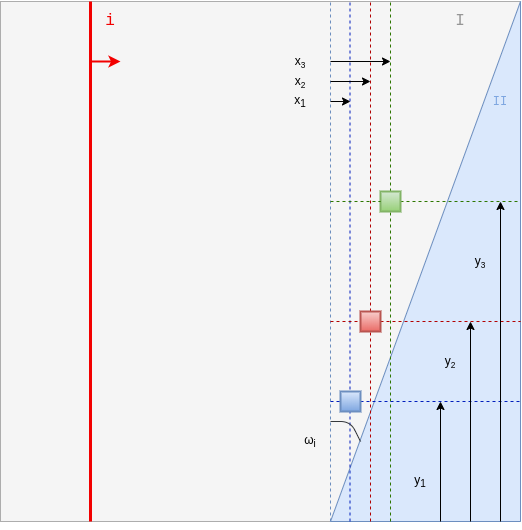
Earlier version of the draw.io export reports/May29/expansion_fan_initial.png (mathildtrh/sw_detonation). Source tidied: cells renumbered, new cells last; positions are measured from the earlier drawing's top-left corner, leaving out a move shared by most shapes.
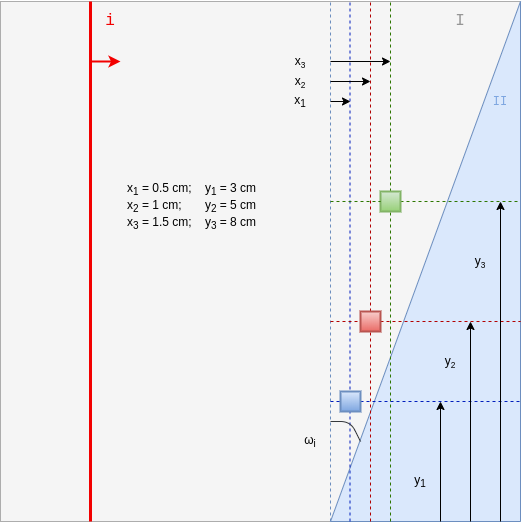
The same diagram one commit later.

Change to the diagram source:
```diff
@@ -158,5 +158,8 @@
     <mxCell id="35" value="y&lt;span style=&quot;font-size: 10px&quot;&gt;&lt;sub&gt;3&lt;/sub&gt;&lt;/span&gt;" style="text;html=1;strokeColor=none;fillColor=none;align=center;verticalAlign=middle;whiteSpace=wrap;rounded=0;" parent="1" vertex="1">
       <mxGeometry x="460" y="250" width="40" height="20" as="geometry" />
     </mxCell>
+    <mxCell id="36" value="x&lt;sub&gt;1&lt;/sub&gt; = 0.5 cm;&amp;nbsp; &amp;nbsp; y&lt;sub&gt;1&lt;/sub&gt; = 3 cm&lt;br&gt;x&lt;sub&gt;2&lt;/sub&gt; = 1 cm;&amp;nbsp; &amp;nbsp; &amp;nbsp; &amp;nbsp;y&lt;sub&gt;2&lt;/sub&gt; = 5 cm&lt;br&gt;x&lt;sub&gt;3&lt;/sub&gt; = 1.5 cm;&amp;nbsp; &amp;nbsp; y&lt;sub&gt;3&lt;/sub&gt; = 8 cm" style="text;html=1;strokeColor=none;fillColor=none;align=left;verticalAlign=middle;whiteSpace=wrap;rounded=0;" parent="1" vertex="1">
+      <mxGeometry x="125" y="170" width="140" height="70" as="geometry" />
+    </mxCell>
   </root>
 </mxGraphModel>
```
